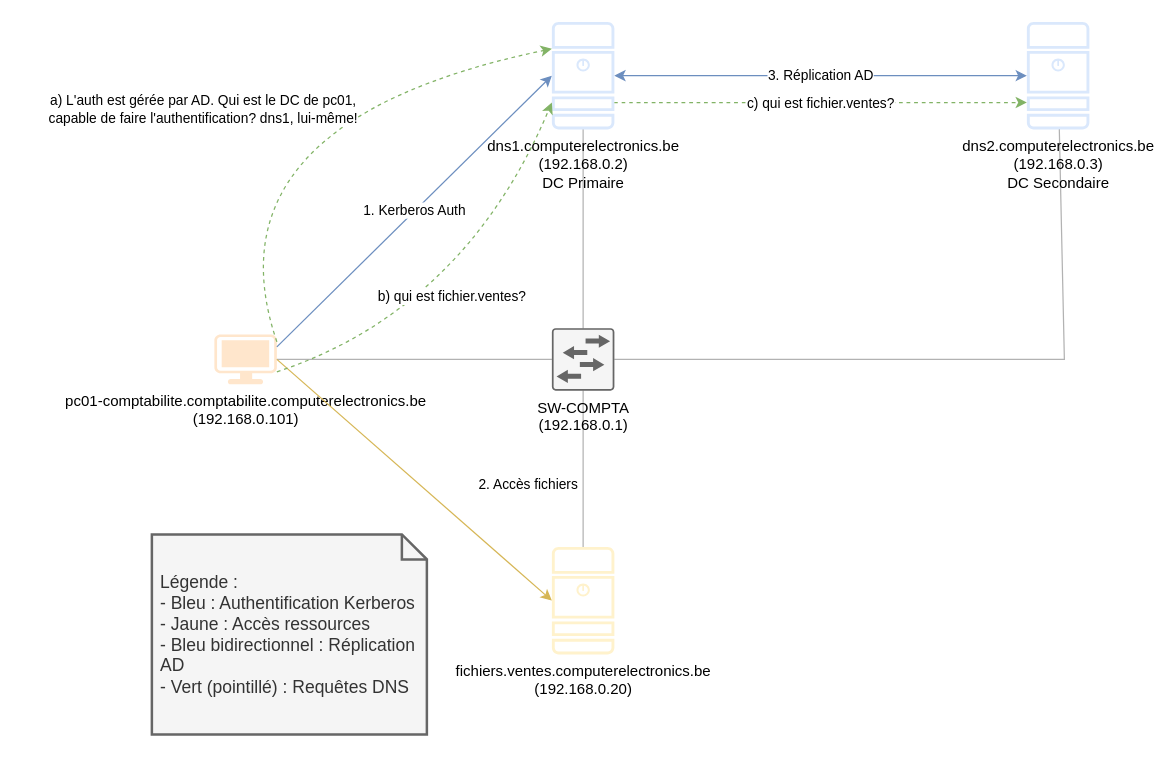
Earlier version of the draw.io diagram diagrams/ad_auth_flow.drawio (choquitofrito/ActiveDirectory). Source tidied: cells renumbered, new cells numbered last; positions are measured from the earlier drawing's top-left corner, leaving out a move shared by most shapes. Both pictures are drawn from the tidied source at 125%, with x=0, y=0 at pixel (151, 21).
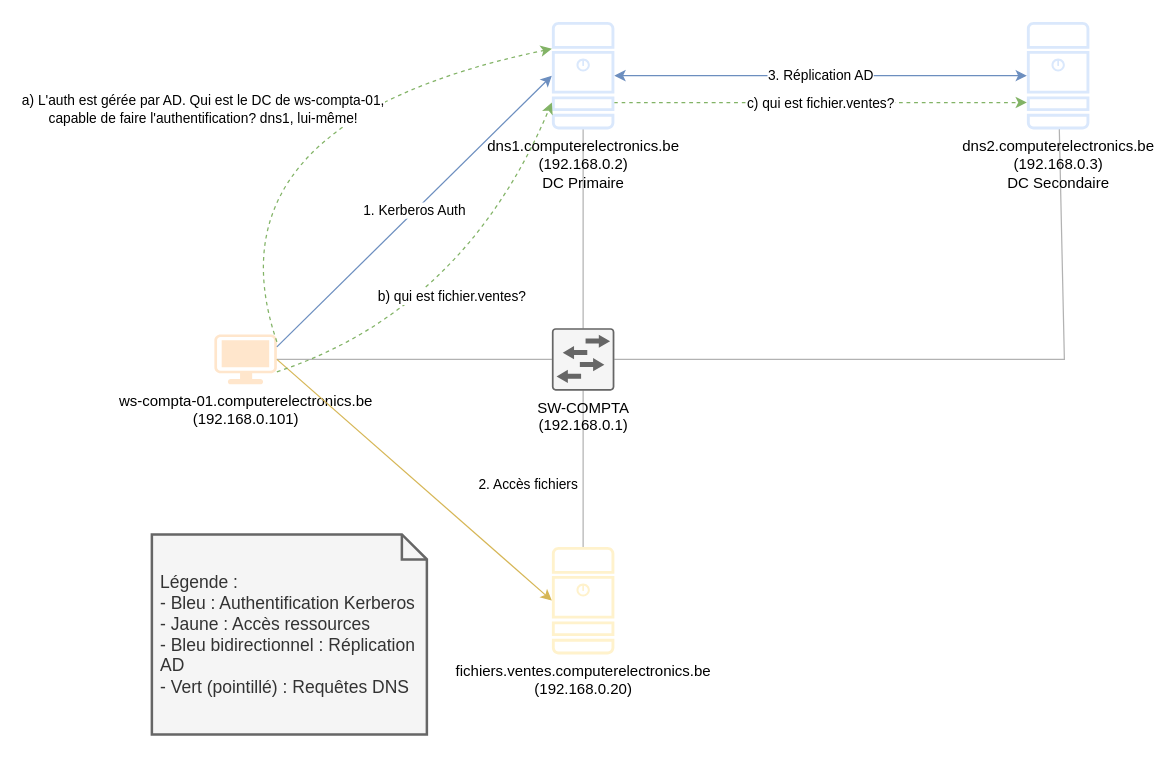
After the change.

Unchanged cells that the change refers to:
```xml
<mxCell id="4" value="dns1.computerelectronics.be&#10;(192.168.0.2)&#10;DC Primaire" style="points=[[0.015,0.015,0],[0.985,0.015,0],[0.985,0.985,0],[0.015,0.985,0]];verticalLabelPosition=bottom;sketch=0;html=1;verticalAlign=top;align=center;shape=mxgraph.cisco19.server;fillColor=#dae8fc;strokeColor=#6c8ebf;" parent="1" vertex="1">
  <mxGeometry x="320" width="50" height="86" as="geometry" />
</mxCell>
```

Diff of the diagram source:
```diff
@@
-    <mxCell id="2" value="pc01-comptabilite.comptabilite.computerelectronics.be&#10;(192.168.0.101)" style="points=[[0.03,0.36,0],[0.18,0,0],[0.5,0.34,0],[0.82,0,0],[0.97,0.36,0],[1,0.67,0],[0.975,0.975,0],[0.5,1,0],[0.025,0.975,0],[0,0.67,0]];verticalLabelPosition=bottom;sketch=0;html=1;verticalAlign=top;align=center;shape=mxgraph.cisco19.workstation;fillColor=#ffe6cc;strokeColor=#d79b00;" parent="1" vertex="1">
+    <mxCell id="2" value="ws-compta-01.computerelectronics.be&#10;(192.168.0.101)" style="points=[[0.03,0.36,0],[0.18,0,0],[0.5,0.34,0],[0.82,0,0],[0.97,0.36,0],[1,0.67,0],[0.975,0.975,0],[0.5,1,0],[0.025,0.975,0],[0,0.67,0]];verticalLabelPosition=bottom;sketch=0;html=1;verticalAlign=top;align=center;shape=mxgraph.cisco19.workstation;fillColor=#ffe6cc;strokeColor=#d79b00;" parent="1" vertex="1">
       <mxGeometry x="50" y="250" width="50" height="40" as="geometry" />
     </mxCell>
@@
-    <mxCell id="12" value="a) L'auth est gérée par AD. Qui est le DC de pc01, &lt;br&gt;capable de faire l'authentification? dns1, lui-même!" style="curved=1;endArrow=classic;html=1;exitX=1;exitY=0.15;exitDx=0;exitDy=0;entryX=0;entryY=0.25;entryDx=0;entryDy=0;fillColor=#d5e8d4;strokeColor=#82b366;dashed=1;" parent="1" edge="1" source="2" target="4">
+    <mxCell id="12" value="a) L'auth est gérée par AD. Qui est le DC de ws-compta-01, &lt;br&gt;capable de faire l'authentification? dns1, lui-même!" style="curved=1;endArrow=classic;html=1;exitX=1;exitY=0.15;exitDx=0;exitDy=0;entryX=0;entryY=0.25;entryDx=0;entryDy=0;fillColor=#d5e8d4;strokeColor=#82b366;dashed=1;" parent="1" edge="1" source="2" target="4">
       <mxGeometry x="-0.2" y="10" relative="1" as="geometry">
         <Array as="points">
           <mxPoint x="40" y="80" />
         </Array>
       </mxGeometry>
     </mxCell>
```
